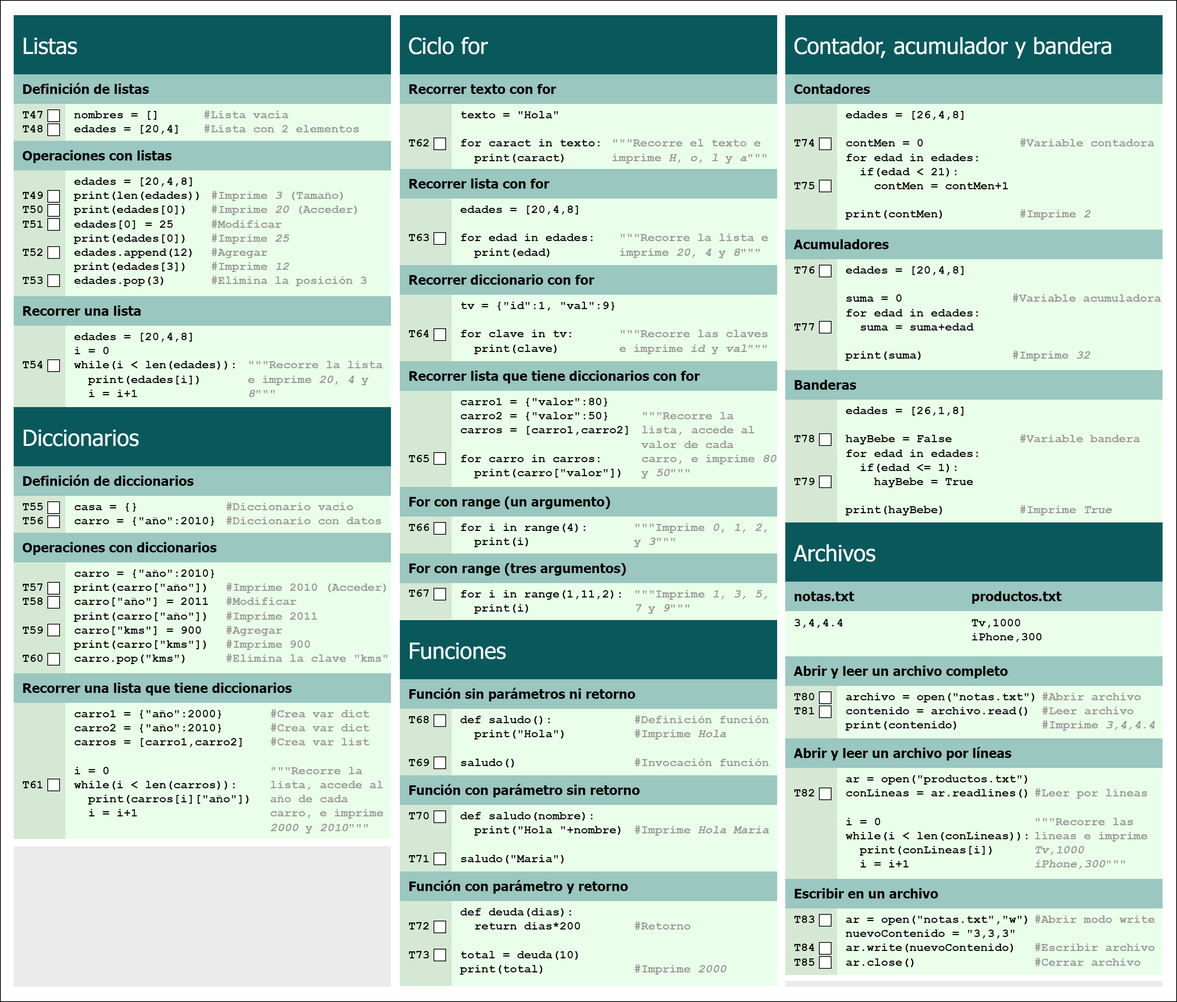
Earlier version of the draw.io export Hoja-de-Trucos-Parte-2.png (PracticalBooks/Python-Para-Principiantes). Source tidied: cells renumbered, new cells last; positions are measured from the earlier drawing's top-left corner, leaving out a move shared by most shapes.
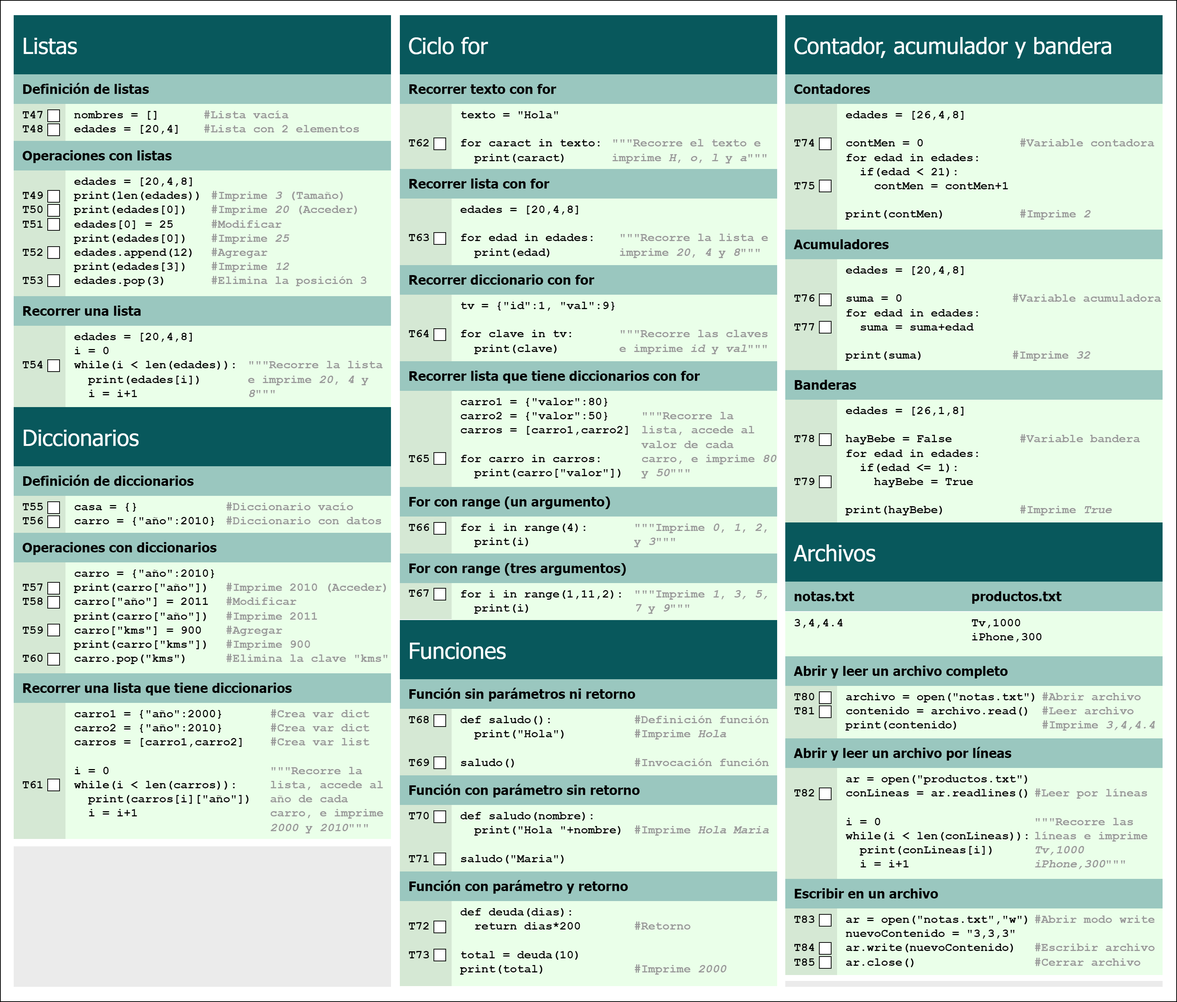
After the change.

Commit message:
fix: hoja de trucos

What changed in the source:
```diff
@@ -347,11 +347,11 @@
     <mxCell id="116" style="rounded=0;whiteSpace=wrap;html=1;fontSize=17;fontColor=default;" parent="1" vertex="1">
       <mxGeometry x="1107" y="243" width="16" height="16" as="geometry" />
     </mxCell>
-    <mxCell id="117" value="&lt;div style=&quot;&quot;&gt;&lt;span style=&quot;background-color: initial;&quot;&gt;T76&lt;/span&gt;&lt;/div&gt;&lt;font style=&quot;font-size: 16px&quot;&gt;&lt;div style=&quot;&quot;&gt;&lt;br&gt;&lt;/div&gt;&lt;div style=&quot;&quot;&gt;&lt;br&gt;&lt;/div&gt;&lt;div style=&quot;&quot;&gt;&lt;br&gt;&lt;/div&gt;&lt;div style=&quot;&quot;&gt;&lt;span style=&quot;background-color: initial;&quot;&gt;T77&lt;/span&gt;&lt;/div&gt;&lt;div style=&quot;&quot;&gt;&lt;br&gt;&lt;/div&gt;&lt;/font&gt;" style="whiteSpace=wrap;html=1;rounded=0;shadow=0;dashed=0;strokeColor=none;strokeWidth=4;fillColor=#D5E8D4;gradientColor=none;fontFamily=Courier New;fontSize=16;fontColor=default;align=left;spacingLeft=10;verticalAlign=top;spacingTop=0;fontStyle=1;" parent="1" vertex="1">
+    <mxCell id="117" value="&lt;div style=&quot;&quot;&gt;&lt;span style=&quot;background-color: initial;&quot;&gt;&lt;br&gt;&lt;/span&gt;&lt;/div&gt;&lt;div style=&quot;&quot;&gt;&lt;span style=&quot;background-color: initial;&quot;&gt;&lt;br&gt;&lt;/span&gt;&lt;/div&gt;&lt;div style=&quot;&quot;&gt;&lt;span style=&quot;background-color: initial;&quot;&gt;T76&lt;/span&gt;&lt;/div&gt;&lt;font style=&quot;font-size: 16px&quot;&gt;&lt;div style=&quot;&quot;&gt;&lt;br&gt;&lt;/div&gt;&lt;div style=&quot;&quot;&gt;&lt;span style=&quot;background-color: initial;&quot;&gt;T77&lt;/span&gt;&lt;/div&gt;&lt;div style=&quot;&quot;&gt;&lt;br&gt;&lt;/div&gt;&lt;/font&gt;" style="whiteSpace=wrap;html=1;rounded=0;shadow=0;dashed=0;strokeColor=none;strokeWidth=4;fillColor=#D5E8D4;gradientColor=none;fontFamily=Courier New;fontSize=16;fontColor=default;align=left;spacingLeft=10;verticalAlign=top;spacingTop=0;fontStyle=1;" parent="1" vertex="1">
       <mxGeometry x="1061" y="350" width="70" height="150" as="geometry" />
     </mxCell>
     <mxCell id="118" style="rounded=0;whiteSpace=wrap;html=1;fontSize=17;fontColor=default;" parent="1" vertex="1">
-      <mxGeometry x="1107" y="358" width="16" height="16" as="geometry" />
+      <mxGeometry x="1107" y="397" width="16" height="16" as="geometry" />
     </mxCell>
     <mxCell id="119" style="rounded=0;whiteSpace=wrap;html=1;fontSize=17;fontColor=default;" parent="1" vertex="1">
       <mxGeometry x="1107" y="434" width="16" height="16" as="geometry" />
```
